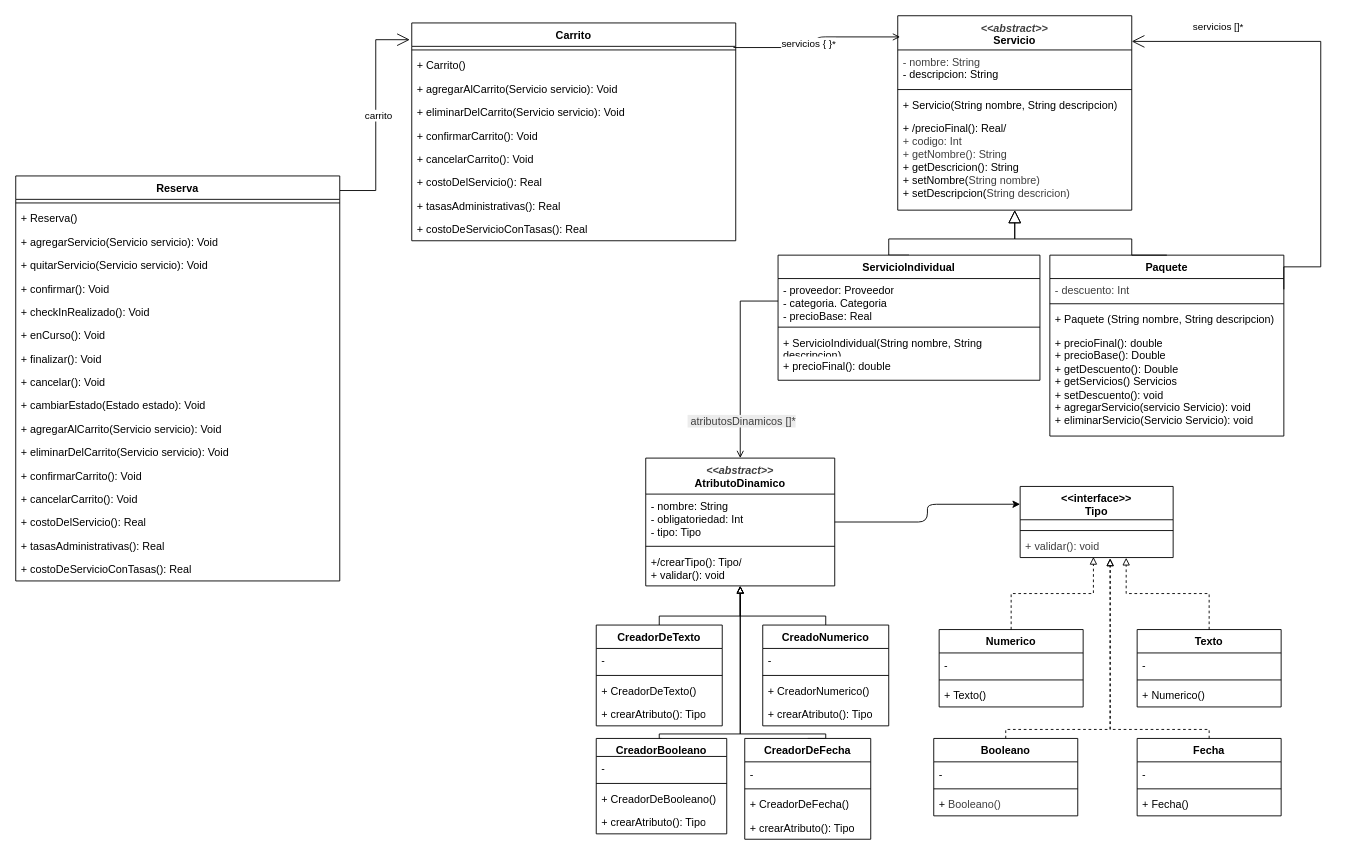
The draw.io diagram 2.1CatálogoDeServicioPaquetes.drawio in Naxayy/UNQ_Travel, before the edit. Source tidied: cells renumbered, new cells numbered last; positions are measured from the earlier drawing's top-left corner, leaving out a move shared by most shapes. Both pictures are drawn from the tidied source at 90%, with x=0, y=0 at pixel (15, 15).
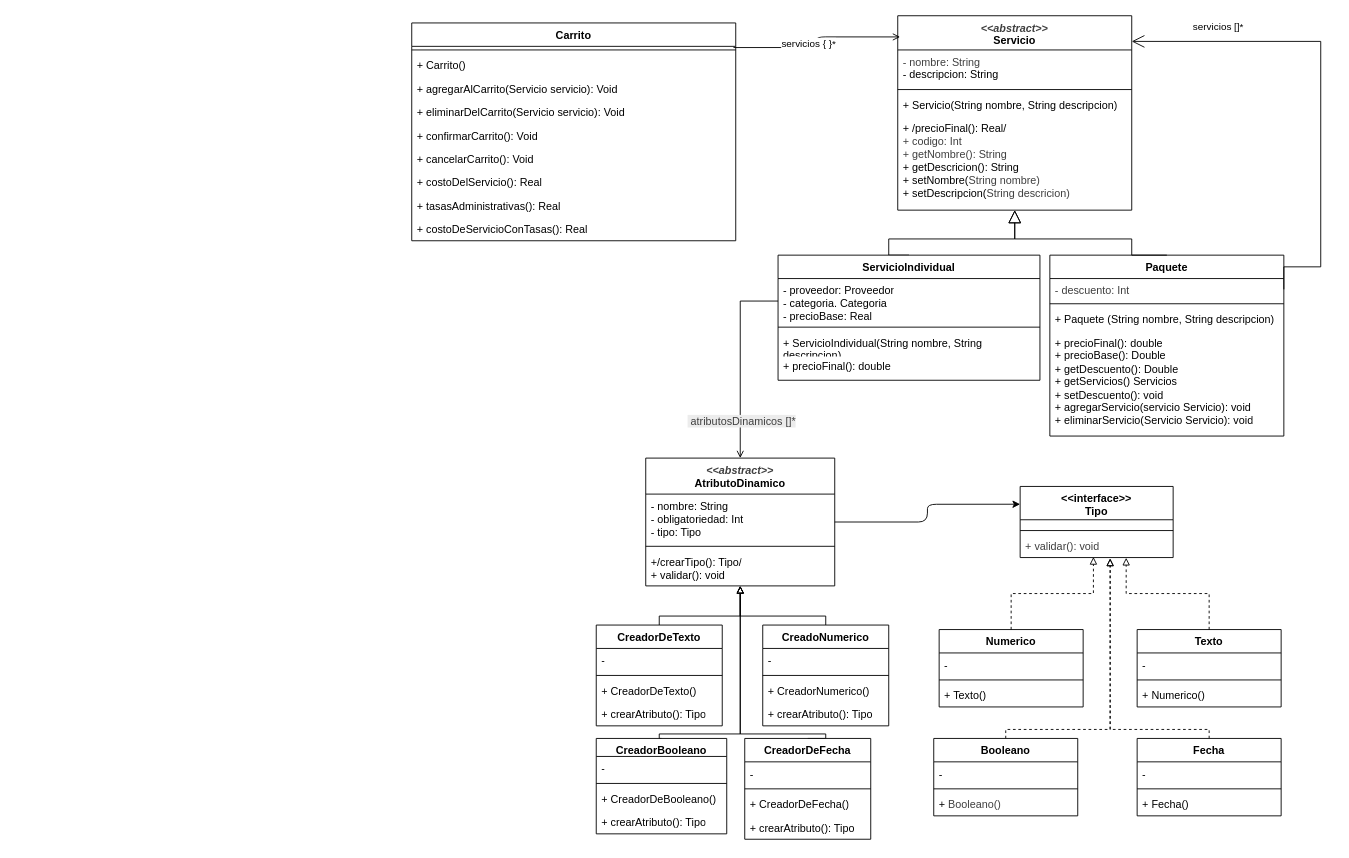
After the change.

The change refers to these unchanged cells:
```xml
<mxCell id="79" value="Carrito" style="swimlane;fontStyle=1;align=center;verticalAlign=top;horizontal=1;startSize=26;whiteSpace=wrap;html=1;strokeColor=default;swimlaneFillColor=default;fontFamily=Helvetica;fontSize=12;fontColor=default;fillColor=default;gradientColor=none;" parent="1" vertex="1">
  <mxGeometry x="440" y="8" width="360" height="242" as="geometry" />
</mxCell>
```

Change to the diagram source:
```diff
@@
-    <mxCell id="16" style="endArrow=open;endFill=1;endSize=12;html=1;rounded=0;exitX=1;exitY=0.036;exitDx=0;exitDy=0;edgeStyle=orthogonalEdgeStyle;entryX=-0.006;entryY=0.077;entryDx=0;entryDy=0;entryPerimeter=0;exitPerimeter=0;" parent="1" edge="1" source="91" target="79">
-      <mxGeometry x="-0.35" relative="1" as="geometry" />
-    </mxCell>
-    <mxCell id="17" value="carrito" style="edgeLabel;html=1;align=center;verticalAlign=middle;inheritText=1;" parent="16" vertex="1">
-      <mxGeometry x="0.01" y="-2" relative="1" as="geometry" />
-    </mxCell>
@@
-    <mxCell id="91" value="Reserva" style="swimlane;fontStyle=1;align=center;verticalAlign=top;horizontal=1;startSize=26;whiteSpace=wrap;html=1;strokeColor=default;swimlaneFillColor=default;fontFamily=Helvetica;fontSize=12;fontColor=default;fillColor=default;gradientColor=none;" parent="1" vertex="1">
-      <mxGeometry y="178" width="360" height="450" as="geometry" />
-    </mxCell>
-    <mxCell id="92" style="line;strokeWidth=1;fillColor=none;align=left;verticalAlign=middle;spacingTop=-1;spacingLeft=3;spacingRight=3;labelPosition=right;strokeColor=inherit;" parent="91" vertex="1">
-      <mxGeometry y="26" width="360" height="8" as="geometry" />
-    </mxCell>
-    <mxCell id="93" value="+ Reserva()" style="text;strokeColor=none;fillColor=none;align=left;verticalAlign=top;spacingLeft=4;spacingRight=4;overflow=hidden;whiteSpace=wrap;html=1;" parent="91" vertex="1">
-      <mxGeometry y="34" width="360" height="26" as="geometry" />
-    </mxCell>
-    <mxCell id="94" value="+ &lt;span style=&quot;background-color: transparent;&quot;&gt;agregarServicio(&lt;/span&gt;&lt;span style=&quot;background-color: transparent;&quot;&gt;Servicio&amp;nbsp;&lt;/span&gt;&lt;span style=&quot;color: rgb(0, 0, 0);&quot;&gt;s&lt;/span&gt;&lt;span style=&quot;scrollbar-color: rgba(168, 169, 170, 0.52) rgb(18, 19, 20); color: rgb(0, 0, 0);&quot;&gt;ervicio&lt;/span&gt;&lt;span style=&quot;background-color: transparent;&quot;&gt;): Void&lt;/span&gt;" style="text;strokeColor=none;fillColor=none;align=left;verticalAlign=top;spacingLeft=4;spacingRight=4;overflow=hidden;whiteSpace=wrap;html=1;" parent="91" vertex="1">
-      <mxGeometry y="60" width="360" height="26" as="geometry" />
-    </mxCell>
-    <mxCell id="95" value="+ quitarServicio(Servicio s&lt;span style=&quot;color: rgb(0, 0, 0);&quot;&gt;ervicio&lt;/span&gt;): Void" style="text;strokeColor=none;fillColor=none;align=left;verticalAlign=top;spacingLeft=4;spacingRight=4;overflow=hidden;whiteSpace=wrap;html=1;" parent="91" vertex="1">
-      <mxGeometry y="86" width="360" height="26" as="geometry" />
-    </mxCell>
-    <mxCell id="96" value="+ confirmar(): Void" style="text;strokeColor=none;fillColor=none;align=left;verticalAlign=top;spacingLeft=4;spacingRight=4;overflow=hidden;whiteSpace=wrap;html=1;" parent="91" vertex="1">
-      <mxGeometry y="112" width="360" height="26" as="geometry" />
-    </mxCell>
-    <mxCell id="97" value="+ checkInRealizado(): Void" style="text;strokeColor=none;fillColor=none;align=left;verticalAlign=top;spacingLeft=4;spacingRight=4;overflow=hidden;whiteSpace=wrap;html=1;" parent="91" vertex="1">
-      <mxGeometry y="138" width="360" height="26" as="geometry" />
-    </mxCell>
-    <mxCell id="98" value="+ enCurso(): Void" style="text;strokeColor=none;fillColor=none;align=left;verticalAlign=top;spacingLeft=4;spacingRight=4;overflow=hidden;whiteSpace=wrap;html=1;" parent="91" vertex="1">
-      <mxGeometry y="164" width="360" height="26" as="geometry" />
-    </mxCell>
-    <mxCell id="99" value="+ finalizar(): Void" style="text;strokeColor=none;fillColor=none;align=left;verticalAlign=top;spacingLeft=4;spacingRight=4;overflow=hidden;whiteSpace=wrap;html=1;" parent="91" vertex="1">
-      <mxGeometry y="190" width="360" height="26" as="geometry" />
-    </mxCell>
-    <mxCell id="100" value="&lt;span style=&quot;color: rgb(0, 0, 0);&quot;&gt;+ cancelar(): Void&lt;/span&gt;" style="text;strokeColor=none;fillColor=none;align=left;verticalAlign=top;spacingLeft=4;spacingRight=4;overflow=hidden;whiteSpace=wrap;html=1;" parent="91" vertex="1">
-      <mxGeometry y="216" width="360" height="26" as="geometry" />
-    </mxCell>
-    <mxCell id="101" value="&lt;span style=&quot;color: rgb(0, 0, 0);&quot;&gt;+ cambiarEstado(Estado estado): Void&lt;/span&gt;" style="text;strokeColor=none;fillColor=none;align=left;verticalAlign=top;spacingLeft=4;spacingRight=4;overflow=hidden;whiteSpace=wrap;html=1;" parent="91" vertex="1">
-      <mxGeometry y="242" width="360" height="26" as="geometry" />
-    </mxCell>
-    <mxCell id="102" value="&lt;span style=&quot;color: rgb(0, 0, 0);&quot;&gt;+ agregarAlCarrito(&lt;span style=&quot;color: rgb(0, 0, 0);&quot;&gt;Servicio servicio&lt;/span&gt;): Void&lt;/span&gt;" style="text;strokeColor=none;fillColor=none;align=left;verticalAlign=top;spacingLeft=4;spacingRight=4;overflow=hidden;whiteSpace=wrap;html=1;" parent="91" vertex="1">
-      <mxGeometry y="268" width="360" height="26" as="geometry" />
-    </mxCell>
-    <mxCell id="103" value="&lt;span style=&quot;color: rgb(0, 0, 0);&quot;&gt;+ eliminarDelCarrito(Servicio servicio): Void&lt;/span&gt;" style="text;strokeColor=none;fillColor=none;align=left;verticalAlign=top;spacingLeft=4;spacingRight=4;overflow=hidden;whiteSpace=wrap;html=1;" parent="91" vertex="1">
-      <mxGeometry y="294" width="360" height="26" as="geometry" />
-    </mxCell>
-    <mxCell id="104" value="&lt;span style=&quot;color: rgb(0, 0, 0);&quot;&gt;+ confirmarCarrito(): Void&lt;/span&gt;" style="text;strokeColor=none;fillColor=none;align=left;verticalAlign=top;spacingLeft=4;spacingRight=4;overflow=hidden;whiteSpace=wrap;html=1;" parent="91" vertex="1">
-      <mxGeometry y="320" width="360" height="26" as="geometry" />
-    </mxCell>
-    <mxCell id="105" value="&lt;span style=&quot;color: rgb(0, 0, 0);&quot;&gt;+ cancelarCarrito(): Void&lt;/span&gt;" style="text;strokeColor=none;fillColor=none;align=left;verticalAlign=top;spacingLeft=4;spacingRight=4;overflow=hidden;whiteSpace=wrap;html=1;" parent="91" vertex="1">
-      <mxGeometry y="346" width="360" height="26" as="geometry" />
-    </mxCell>
-    <mxCell id="106" value="&lt;span style=&quot;color: rgb(0, 0, 0);&quot;&gt;+ costoDelServicio(): Real&lt;/span&gt;" style="text;strokeColor=none;fillColor=none;align=left;verticalAlign=top;spacingLeft=4;spacingRight=4;overflow=hidden;whiteSpace=wrap;html=1;" parent="91" vertex="1">
-      <mxGeometry y="372" width="360" height="26" as="geometry" />
-    </mxCell>
-    <mxCell id="107" value="&lt;span style=&quot;color: rgb(0, 0, 0);&quot;&gt;+ tasasAdministrativas(): Real&lt;/span&gt;" style="text;strokeColor=none;fillColor=none;align=left;verticalAlign=top;spacingLeft=4;spacingRight=4;overflow=hidden;whiteSpace=wrap;html=1;" parent="91" vertex="1">
-      <mxGeometry y="398" width="360" height="26" as="geometry" />
-    </mxCell>
-    <mxCell id="108" value="&lt;span style=&quot;color: rgb(0, 0, 0);&quot;&gt;+ costoDeServicioConTasas(): Real&lt;/span&gt;" style="text;strokeColor=none;fillColor=none;align=left;verticalAlign=top;spacingLeft=4;spacingRight=4;overflow=hidden;whiteSpace=wrap;html=1;" parent="91" vertex="1">
-      <mxGeometry y="424" width="360" height="26" as="geometry" />
-    </mxCell>
```
